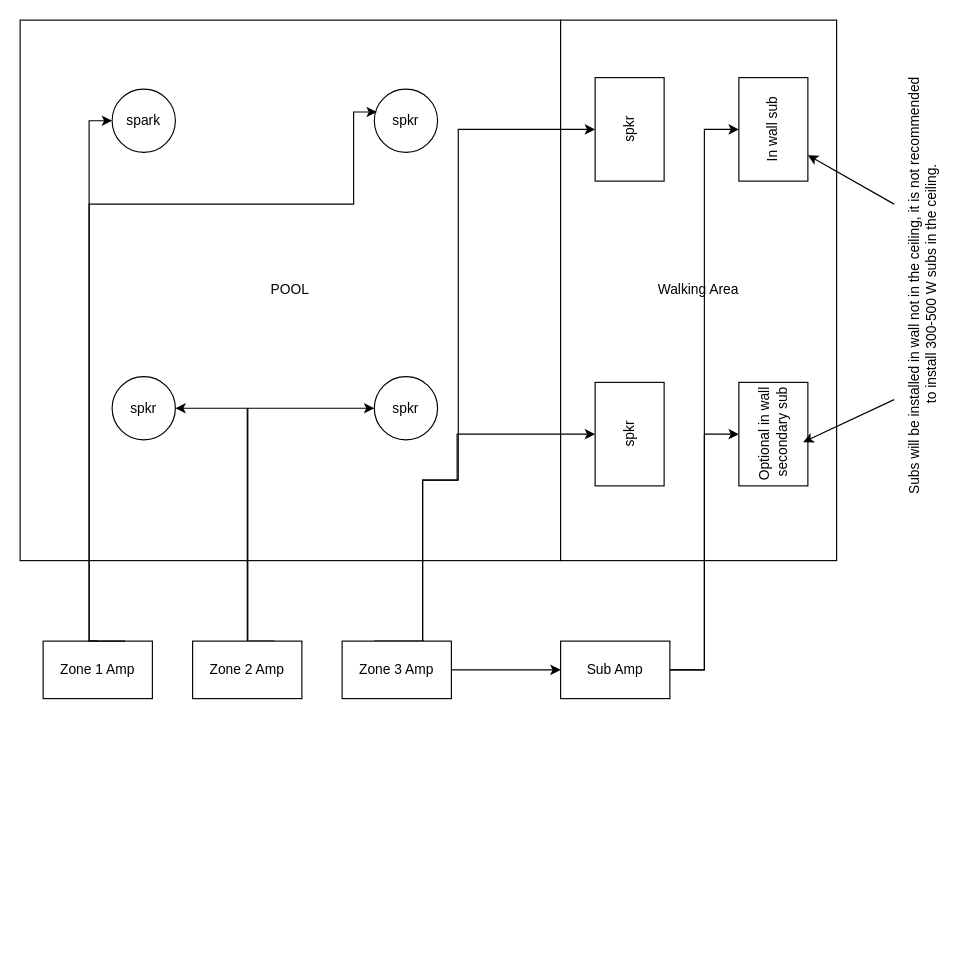
The draw.io diagram Untitled Diagram.drawio in Pzharyuk/draw_io_diagrams, before the edit. Source tidied: cells renumbered, new cells numbered last; positions are measured from the earlier drawing's top-left corner, leaving out a move shared by most shapes. Both pictures are drawn from the tidied source at 115%, with x=0, y=0 at pixel (20, 20).
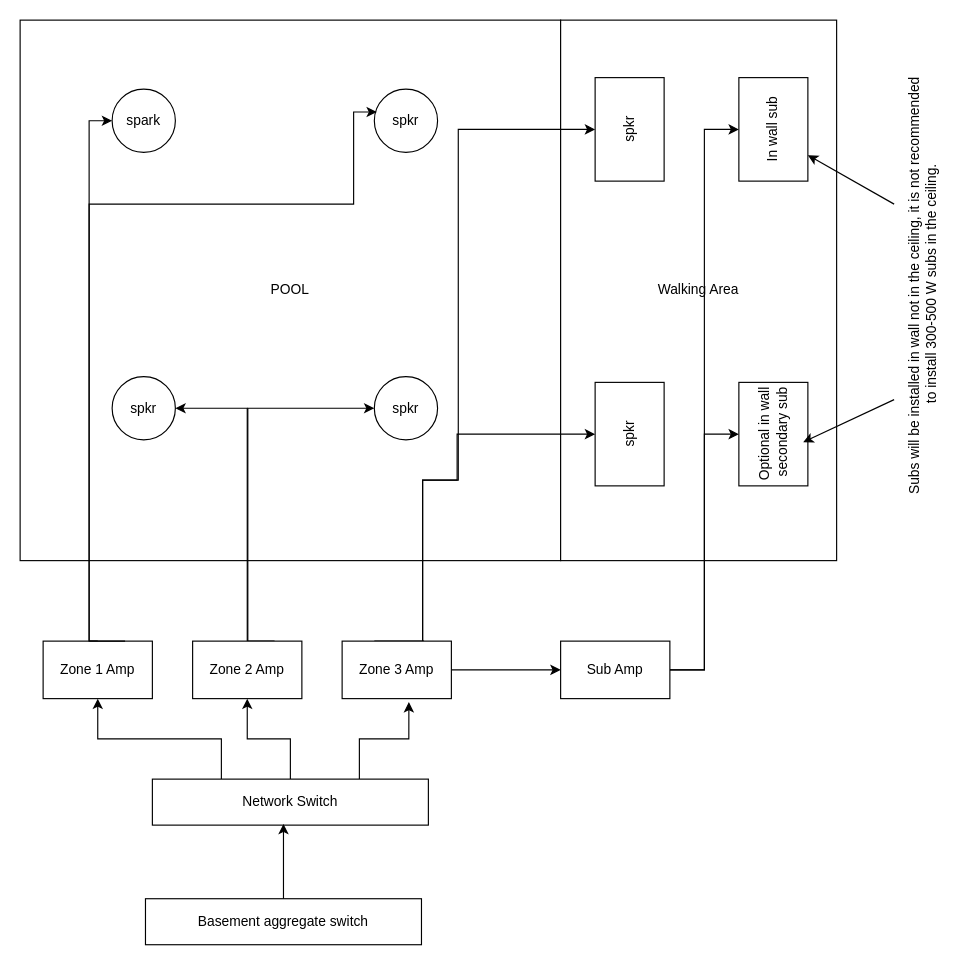
The same page after the edit.

Commit message:
adding switch layout

Unchanged cells that the change refers to:
```xml
<mxCell id="17" value="Zone 2 Amp" style="rounded=0;whiteSpace=wrap;html=1;" parent="1" vertex="1">
  <mxGeometry x="150" y="540" width="95" height="50" as="geometry" />
</mxCell>
<mxCell id="19" value="Zone 1 Amp" style="rounded=0;whiteSpace=wrap;html=1;" parent="1" vertex="1">
  <mxGeometry x="20" y="540" width="95" height="50" as="geometry" />
</mxCell>
<mxCell id="23" value="Zone 3 Amp" style="rounded=0;whiteSpace=wrap;html=1;" parent="1" vertex="1">
  <mxGeometry x="280" y="540" width="95" height="50" as="geometry" />
</mxCell>
```

Diff of the diagram source:
```diff
@@
+    <mxCell id="28" style="edgeStyle=orthogonalEdgeStyle;rounded=0;jettySize=auto;html=1;exitX=0.25;exitY=0;exitDx=0;exitDy=0;entryX=0.5;entryY=1;entryDx=0;entryDy=0;" parent="1" edge="1" source="30" target="19">
+      <mxGeometry relative="1" as="geometry" />
+    </mxCell>
+    <mxCell id="29" style="edgeStyle=orthogonalEdgeStyle;rounded=0;jettySize=auto;html=1;exitX=0.5;exitY=0;exitDx=0;exitDy=0;entryX=0.5;entryY=1;entryDx=0;entryDy=0;" parent="1" edge="1" source="30" target="17">
+      <mxGeometry relative="1" as="geometry" />
+    </mxCell>
+    <mxCell id="30" value="Network Switch" style="rounded=0;whiteSpace=wrap;html=1;" parent="1" vertex="1">
+      <mxGeometry x="115" y="660" width="240" height="40" as="geometry" />
+    </mxCell>
+    <mxCell id="31" style="edgeStyle=orthogonalEdgeStyle;rounded=0;jettySize=auto;html=1;exitX=0.75;exitY=0;exitDx=0;exitDy=0;entryX=0.611;entryY=1.06;entryDx=0;entryDy=0;entryPerimeter=0;" parent="1" edge="1" source="30" target="23">
+      <mxGeometry relative="1" as="geometry" />
+    </mxCell>
+    <mxCell id="32" value="Basement aggregate switch" style="rounded=0;whiteSpace=wrap;html=1;" parent="1" vertex="1">
+      <mxGeometry x="109" y="764" width="240" height="40" as="geometry" />
+    </mxCell>
+    <mxCell id="33" style="edgeStyle=orthogonalEdgeStyle;rounded=0;jettySize=auto;html=1;exitX=0.5;exitY=0;exitDx=0;exitDy=0;entryX=0.475;entryY=0.975;entryDx=0;entryDy=0;entryPerimeter=0;" parent="1" edge="1" source="32" target="30">
+      <mxGeometry relative="1" as="geometry" />
+    </mxCell>
```
